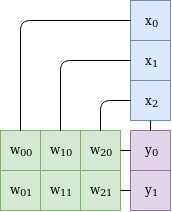
This is assets/images/fully_conn_forward.png from m-a-h-e/m-a-h-e.github.io, a draw.io export, as it was before one commit. Source tidied: cells renumbered, new cells last; positions are measured from the earlier drawing's top-left corner, leaving out a move shared by most shapes.
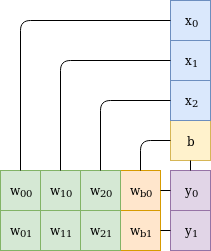
Above is the later version.

Diff of the diagram source:
```diff
@@ -3,30 +3,30 @@
     <mxCell id="0" />
     <mxCell id="1" parent="0" />
     <mxCell id="2" value="x&lt;sub&gt;0&lt;/sub&gt;" style="rounded=0;whiteSpace=wrap;html=1;fillColor=#dae8fc;strokeColor=#6c8ebf;" parent="1" vertex="1">
-      <mxGeometry x="130" width="40" height="40" as="geometry" />
+      <mxGeometry x="130" y="-40" width="40" height="40" as="geometry" />
     </mxCell>
     <mxCell id="3" value="x&lt;sub&gt;1&lt;/sub&gt;" style="rounded=0;whiteSpace=wrap;html=1;fillColor=#dae8fc;strokeColor=#6c8ebf;" parent="1" vertex="1">
-      <mxGeometry x="130" y="40" width="40" height="40" as="geometry" />
+      <mxGeometry x="130" width="40" height="40" as="geometry" />
     </mxCell>
-    <mxCell id="4" value="x&lt;sub&gt;2&lt;/sub&gt;" style="rounded=0;whiteSpace=wrap;html=1;fillColor=#dae8fc;strokeColor=#6c8ebf;" parent="1" vertex="1">
+    <mxCell id="4" value="b" style="rounded=0;whiteSpace=wrap;html=1;fillColor=#fff2cc;strokeColor=#d6b656;" parent="1" vertex="1">
       <mxGeometry x="130" y="80" width="40" height="40" as="geometry" />
     </mxCell>
     <mxCell id="5" value="w&lt;sub&gt;00&lt;/sub&gt;" style="whiteSpace=wrap;html=1;fillColor=#d5e8d4;strokeColor=#82b366;" parent="1" vertex="1">
-      <mxGeometry y="130" width="40" height="40" as="geometry" />
+      <mxGeometry x="-40" y="130" width="40" height="40" as="geometry" />
     </mxCell>
     <mxCell id="6" value="w&lt;sub&gt;10&lt;/sub&gt;" style="whiteSpace=wrap;html=1;fillColor=#d5e8d4;strokeColor=#82b366;" parent="1" vertex="1">
-      <mxGeometry x="40" y="130" width="40" height="40" as="geometry" />
+      <mxGeometry y="130" width="40" height="40" as="geometry" />
     </mxCell>
-    <mxCell id="7" value="w&lt;sub&gt;20&lt;/sub&gt;" style="whiteSpace=wrap;html=1;fillColor=#d5e8d4;strokeColor=#82b366;" parent="1" vertex="1">
+    <mxCell id="7" value="w&lt;sub&gt;b0&lt;/sub&gt;" style="whiteSpace=wrap;html=1;fillColor=#ffe6cc;strokeColor=#d79b00;" parent="1" vertex="1">
       <mxGeometry x="80" y="130" width="40" height="40" as="geometry" />
     </mxCell>
     <mxCell id="8" value="w&lt;sub&gt;01&lt;/sub&gt;" style="whiteSpace=wrap;html=1;fillColor=#d5e8d4;strokeColor=#82b366;" parent="1" vertex="1">
-      <mxGeometry y="170" width="40" height="40" as="geometry" />
+      <mxGeometry x="-40" y="170" width="40" height="40" as="geometry" />
     </mxCell>
     <mxCell id="9" value="w&lt;sub&gt;11&lt;/sub&gt;" style="whiteSpace=wrap;html=1;fillColor=#d5e8d4;strokeColor=#82b366;" parent="1" vertex="1">
-      <mxGeometry x="40" y="170" width="40" height="40" as="geometry" />
+      <mxGeometry y="170" width="40" height="40" as="geometry" />
     </mxCell>
-    <mxCell id="10" value="w&lt;sub&gt;21&lt;/sub&gt;" style="whiteSpace=wrap;html=1;fillColor=#d5e8d4;strokeColor=#82b366;" parent="1" vertex="1">
+    <mxCell id="10" value="w&lt;sub&gt;b1&lt;/sub&gt;" style="whiteSpace=wrap;html=1;fillColor=#ffe6cc;strokeColor=#d79b00;" parent="1" vertex="1">
       <mxGeometry x="80" y="170" width="40" height="40" as="geometry" />
     </mxCell>
     <mxCell id="11" value="y&lt;sub&gt;0&lt;/sub&gt;" style="rounded=0;whiteSpace=wrap;html=1;fillColor=#e1d5e7;strokeColor=#9673a6;" parent="1" vertex="1">
@@ -38,14 +38,14 @@
     <mxCell id="13" style="endArrow=none;html=1;exitX=0.5;exitY=0;exitDx=0;exitDy=0;entryX=0;entryY=0.5;entryDx=0;entryDy=0;" parent="1" edge="1" source="5" target="2">
       <mxGeometry relative="1" as="geometry">
         <Array as="points">
-          <mxPoint x="20" y="20" />
+          <mxPoint x="-20" y="-20" />
         </Array>
       </mxGeometry>
     </mxCell>
     <mxCell id="14" style="endArrow=none;html=1;exitX=0.5;exitY=0;exitDx=0;exitDy=0;entryX=0;entryY=0.5;entryDx=0;entryDy=0;" parent="1" edge="1" source="6" target="3">
       <mxGeometry relative="1" as="geometry">
         <Array as="points">
-          <mxPoint x="60" y="60" />
+          <mxPoint x="20" y="20" />
         </Array>
       </mxGeometry>
     </mxCell>
@@ -65,5 +65,21 @@
     <mxCell id="18" style="endArrow=none;html=1;entryX=0;entryY=0.5;entryDx=0;entryDy=0;exitX=1;exitY=0.5;exitDx=0;exitDy=0;" parent="1" edge="1" source="10" target="12">
       <mxGeometry relative="1" as="geometry" />
     </mxCell>
+    <mxCell id="19" value="w&lt;sub&gt;20&lt;/sub&gt;" style="whiteSpace=wrap;html=1;fillColor=#d5e8d4;strokeColor=#82b366;" parent="1" vertex="1">
+      <mxGeometry x="40" y="130" width="40" height="40" as="geometry" />
+    </mxCell>
+    <mxCell id="20" value="w&lt;sub&gt;21&lt;/sub&gt;" style="whiteSpace=wrap;html=1;fillColor=#d5e8d4;strokeColor=#82b366;" parent="1" vertex="1">
+      <mxGeometry x="40" y="170" width="40" height="40" as="geometry" />
+    </mxCell>
+    <mxCell id="21" value="x&lt;sub&gt;2&lt;/sub&gt;" style="rounded=0;whiteSpace=wrap;html=1;fillColor=#dae8fc;strokeColor=#6c8ebf;" parent="1" vertex="1">
+      <mxGeometry x="130" y="40" width="40" height="40" as="geometry" />
+    </mxCell>
+    <mxCell id="22" style="endArrow=none;html=1;entryX=0;entryY=0.5;entryDx=0;entryDy=0;exitX=0.5;exitY=0;exitDx=0;exitDy=0;" parent="1" edge="1" source="19" target="21">
+      <mxGeometry relative="1" as="geometry">
+        <Array as="points">
+          <mxPoint x="60" y="60" />
+        </Array>
+      </mxGeometry>
+    </mxCell>
   </root>
 </mxGraphModel>
```
